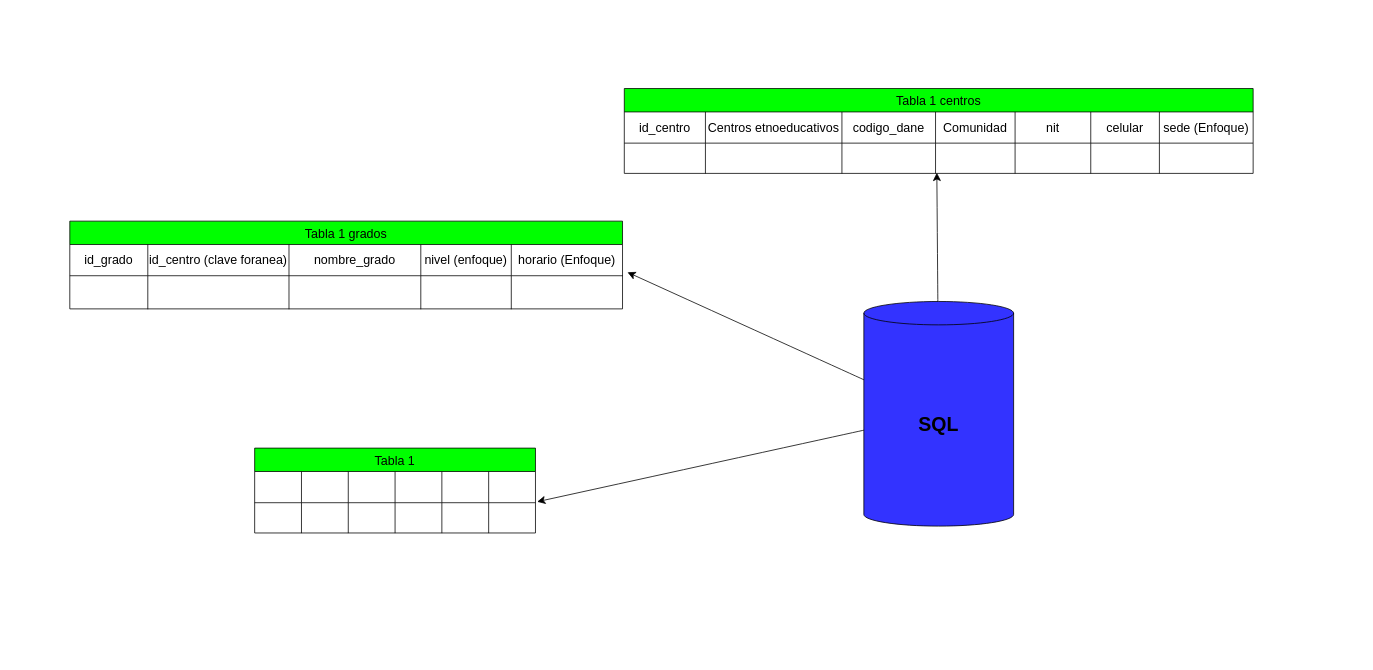
The draw.io diagram Diagrama sin título.drawio in Andreszxc2001/Sistema-Integral-de-Asistencias-SIA-, before the edit. Source tidied: cells renumbered, new cells numbered last; positions are measured from the earlier drawing's top-left corner, leaving out a move shared by most shapes. Both pictures are drawn from the tidied source at 78%, with x=0, y=0 at pixel (69, 88).
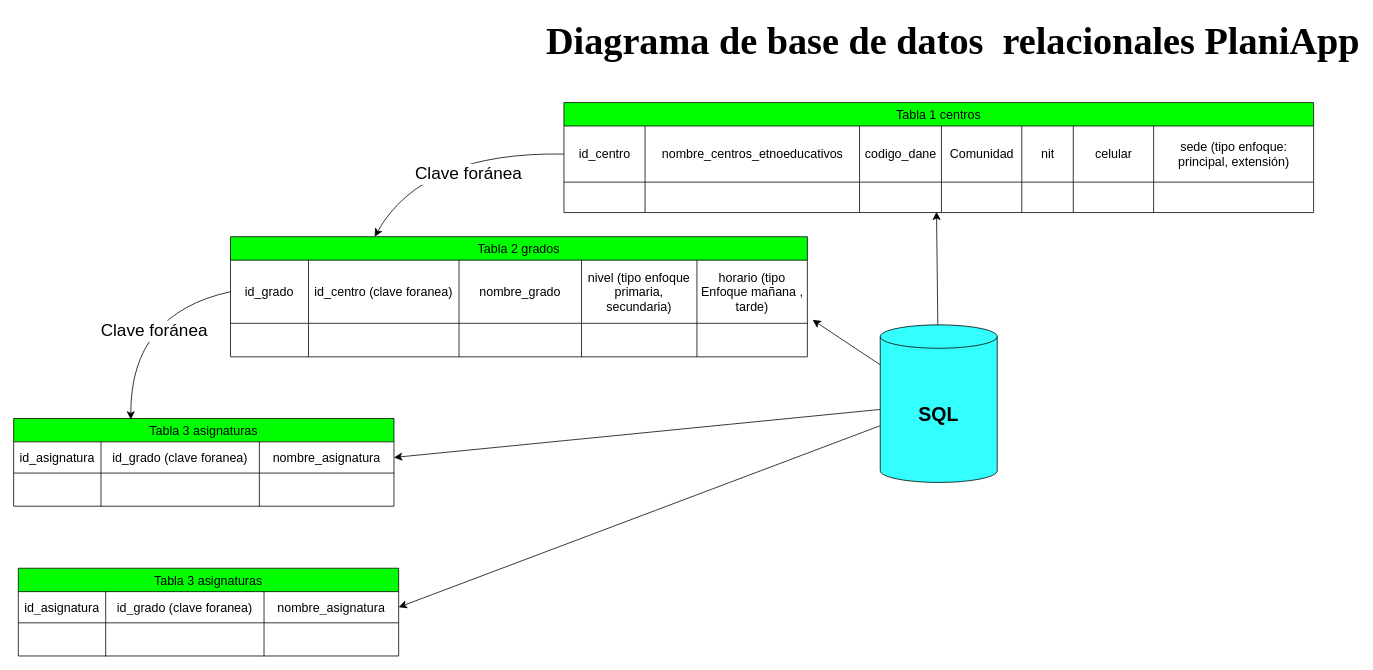
Above is the later version.

Change to the diagram source:
```diff
@@
+    <mxCell id="51" style="edgeStyle=none;curved=1;rounded=0;jettySize=auto;html=1;fontSize=12;startSize=8;endSize=8;entryX=1;entryY=0.5;entryDx=0;entryDy=0;" parent="1" edge="1" source="2" target="67">
+      <mxGeometry relative="1" as="geometry" />
+    </mxCell>
-    <mxCell id="2" value="&lt;font style=&quot;vertical-align: inherit; font-size: 25px;&quot;&gt;&lt;b&gt;SQL&lt;/b&gt;&lt;/font&gt;" style="shape=cylinder3;whiteSpace=wrap;html=1;boundedLbl=1;backgroundOutline=1;size=15;fillColor=#3333FF;" parent="1" vertex="1">
-      <mxGeometry x="1018" y="273" width="192" height="288" as="geometry" />
+    <mxCell id="2" value="&lt;font style=&quot;vertical-align: inherit; font-size: 25px;&quot;&gt;&lt;b&gt;SQL&lt;/b&gt;&lt;/font&gt;" style="shape=cylinder3;whiteSpace=wrap;html=1;boundedLbl=1;backgroundOutline=1;size=15;fillColor=#33FFFF;" parent="1" vertex="1">
+      <mxGeometry x="1039" y="303" width="150" height="202" as="geometry" />
     </mxCell>
     <mxCell id="3" value="Tabla 1 centros" style="shape=table;startSize=30;childLayout=tableLayout;strokeColor=#000000;fontSize=16;fillColor=#00FF00;" parent="1" vertex="1">
-      <mxGeometry x="710.9" width="806.2" height="108.8" as="geometry" />
+      <mxGeometry x="633.5" y="18" width="961.1" height="141" as="geometry" />
     </mxCell>
     <mxCell id="4" style="shape=tableRow;horizontal=0;startSize=0;swimlaneHead=0;swimlaneBody=0;strokeColor=inherit;top=0;left=0;bottom=0;right=0;fillColor=none;points=[[0,0.5],[1,0.5]];portConstraint=eastwest;fontSize=16;" parent="3" vertex="1">
-      <mxGeometry y="30" width="806.2" height="40" as="geometry" />
+      <mxGeometry y="30" width="961.1" height="72" as="geometry" />
     </mxCell>
     <mxCell id="5" value="id_centro" style="shape=partialRectangle;html=1;whiteSpace=wrap;strokeColor=inherit;overflow=hidden;fillColor=none;top=0;left=0;bottom=0;right=0;fontSize=16;" parent="4" vertex="1">
-      <mxGeometry width="104" height="40" as="geometry" />
+      <mxGeometry width="104" height="72" as="geometry" />
     </mxCell>
-    <mxCell id="6" value="Centros etnoeducativos" style="shape=partialRectangle;html=1;whiteSpace=wrap;strokeColor=inherit;overflow=hidden;fillColor=none;top=0;left=0;bottom=0;right=0;fontSize=16;" parent="4" vertex="1">
-      <mxGeometry x="104" width="175" height="40" as="geometry" />
+    <mxCell id="6" value="nombre_centros_etnoeducativos" style="shape=partialRectangle;html=1;whiteSpace=wrap;strokeColor=inherit;overflow=hidden;fillColor=none;top=0;left=0;bottom=0;right=0;fontSize=16;" parent="4" vertex="1">
+      <mxGeometry x="104" width="275" height="72" as="geometry" />
     </mxCell>
     <mxCell id="7" value="codigo_dane" style="shape=partialRectangle;html=1;whiteSpace=wrap;strokeColor=inherit;overflow=hidden;fillColor=none;top=0;left=0;bottom=0;right=0;fontSize=16;" parent="4" vertex="1">
-      <mxGeometry x="279" width="120" height="40" as="geometry" />
+      <mxGeometry x="379" width="105" height="72" as="geometry" />
     </mxCell>
     <mxCell id="8" value="Comunidad" style="shape=partialRectangle;html=1;whiteSpace=wrap;strokeColor=inherit;overflow=hidden;fillColor=none;top=0;left=0;bottom=0;right=0;fontSize=16;" parent="4" vertex="1">
-      <mxGeometry x="399" width="102" height="40" as="geometry" />
+      <mxGeometry x="484" width="103" height="72" as="geometry" />
     </mxCell>
     <mxCell id="9" value="nit" style="shape=partialRectangle;html=1;whiteSpace=wrap;strokeColor=inherit;overflow=hidden;fillColor=none;top=0;left=0;bottom=0;right=0;fontSize=16;" parent="4" vertex="1">
-      <mxGeometry x="501" width="97" height="40" as="geometry" />
+      <mxGeometry x="587" width="66" height="72" as="geometry" />
     </mxCell>
     <mxCell id="10" value="celular" style="shape=partialRectangle;html=1;whiteSpace=wrap;strokeColor=inherit;overflow=hidden;fillColor=none;top=0;left=0;bottom=0;right=0;fontSize=16;" parent="4" vertex="1">
-      <mxGeometry x="598" width="88" height="40" as="geometry" />
+      <mxGeometry x="653" width="103" height="72" as="geometry" />
     </mxCell>
-    <mxCell id="11" value="sede (Enfoque)" style="shape=partialRectangle;html=1;whiteSpace=wrap;strokeColor=inherit;overflow=hidden;fillColor=none;top=0;left=0;bottom=0;right=0;fontSize=16;" parent="4" vertex="1">
-      <mxGeometry x="686" width="120" height="40" as="geometry" />
+    <mxCell id="11" value="sede (tipo enfoque: principal, extensión)" style="shape=partialRectangle;html=1;whiteSpace=wrap;strokeColor=inherit;overflow=hidden;fillColor=none;top=0;left=0;bottom=0;right=0;fontSize=16;" parent="4" vertex="1">
+      <mxGeometry x="756" width="205" height="72" as="geometry" />
     </mxCell>
     <mxCell id="12" style="shape=tableRow;horizontal=0;startSize=0;swimlaneHead=0;swimlaneBody=0;strokeColor=inherit;top=0;left=0;bottom=0;right=0;fillColor=none;points=[[0,0.5],[1,0.5]];portConstraint=eastwest;fontSize=16;" parent="3" vertex="1">
-      <mxGeometry y="70" width="806.2" height="39" as="geometry" />
+      <mxGeometry y="102" width="961.1" height="39" as="geometry" />
     </mxCell>
@@
     <mxCell id="14" style="shape=partialRectangle;html=1;whiteSpace=wrap;strokeColor=inherit;overflow=hidden;fillColor=none;top=0;left=0;bottom=0;right=0;fontSize=16;" parent="12" vertex="1">
-      <mxGeometry x="104" width="175" height="39" as="geometry" />
+      <mxGeometry x="104" width="275" height="39" as="geometry" />
     </mxCell>
     <mxCell id="15" style="shape=partialRectangle;html=1;whiteSpace=wrap;strokeColor=inherit;overflow=hidden;fillColor=none;top=0;left=0;bottom=0;right=0;fontSize=16;" parent="12" vertex="1">
-      <mxGeometry x="279" width="120" height="39" as="geometry" />
+      <mxGeometry x="379" width="105" height="39" as="geometry" />
     </mxCell>
     <mxCell id="16" style="shape=partialRectangle;html=1;whiteSpace=wrap;strokeColor=inherit;overflow=hidden;fillColor=none;top=0;left=0;bottom=0;right=0;fontSize=16;" parent="12" vertex="1">
-      <mxGeometry x="399" width="102" height="39" as="geometry" />
+      <mxGeometry x="484" width="103" height="39" as="geometry" />
     </mxCell>
     <mxCell id="17" style="shape=partialRectangle;html=1;whiteSpace=wrap;strokeColor=inherit;overflow=hidden;fillColor=none;top=0;left=0;bottom=0;right=0;fontSize=16;" parent="12" vertex="1">
-      <mxGeometry x="501" width="97" height="39" as="geometry" />
+      <mxGeometry x="587" width="66" height="39" as="geometry" />
     </mxCell>
     <mxCell id="18" style="shape=partialRectangle;html=1;whiteSpace=wrap;strokeColor=inherit;overflow=hidden;fillColor=none;top=0;left=0;bottom=0;right=0;fontSize=16;" parent="12" vertex="1">
-      <mxGeometry x="598" width="88" height="39" as="geometry" />
+      <mxGeometry x="653" width="103" height="39" as="geometry" />
     </mxCell>
     <mxCell id="19" style="shape=partialRectangle;html=1;whiteSpace=wrap;strokeColor=inherit;overflow=hidden;fillColor=none;top=0;left=0;bottom=0;right=0;fontSize=16;" parent="12" vertex="1">
-      <mxGeometry x="686" width="120" height="39" as="geometry" />
+      <mxGeometry x="756" width="205" height="39" as="geometry" />
     </mxCell>
@@
-    <mxCell id="21" value="Tabla 1 grados" style="shape=table;startSize=30;childLayout=tableLayout;strokeColor=#000000;fontSize=16;fillColor=#00FF00;" parent="1" vertex="1">
-      <mxGeometry y="170" width="708.6" height="112.5" as="geometry" />
+    <mxCell id="21" value="Tabla 2 grados" style="shape=table;startSize=30;childLayout=tableLayout;strokeColor=#000000;fontSize=16;fillColor=#00FF00;" parent="1" vertex="1">
+      <mxGeometry x="206" y="190" width="739.6" height="154" as="geometry" />
     </mxCell>
     <mxCell id="22" style="shape=tableRow;horizontal=0;startSize=0;swimlaneHead=0;swimlaneBody=0;strokeColor=inherit;top=0;left=0;bottom=0;right=0;fillColor=none;points=[[0,0.5],[1,0.5]];portConstraint=eastwest;fontSize=16;" parent="21" vertex="1">
-      <mxGeometry y="30" width="708.6" height="40" as="geometry" />
+      <mxGeometry y="30" width="739.6" height="81" as="geometry" />
     </mxCell>
     <mxCell id="23" value="id_grado" style="shape=partialRectangle;html=1;whiteSpace=wrap;strokeColor=inherit;overflow=hidden;fillColor=none;top=0;left=0;bottom=0;right=0;fontSize=16;" parent="22" vertex="1">
-      <mxGeometry width="100" height="40" as="geometry" />
+      <mxGeometry width="100" height="81" as="geometry" />
     </mxCell>
     <mxCell id="24" value="id_centro (clave foranea)" style="shape=partialRectangle;html=1;whiteSpace=wrap;strokeColor=inherit;overflow=hidden;fillColor=none;top=0;left=0;bottom=0;right=0;fontSize=16;" parent="22" vertex="1">
-      <mxGeometry x="100" width="181" height="40" as="geometry" />
+      <mxGeometry x="100" width="193" height="81" as="geometry" />
     </mxCell>
     <mxCell id="25" value="nombre_grado" style="shape=partialRectangle;html=1;whiteSpace=wrap;strokeColor=inherit;overflow=hidden;fillColor=none;top=0;left=0;bottom=0;right=0;fontSize=16;" parent="22" vertex="1">
-      <mxGeometry x="281" width="169" height="40" as="geometry" />
+      <mxGeometry x="293" width="157" height="81" as="geometry" />
     </mxCell>
-    <mxCell id="26" value="nivel (enfoque)" style="shape=partialRectangle;html=1;whiteSpace=wrap;strokeColor=inherit;overflow=hidden;fillColor=none;top=0;left=0;bottom=0;right=0;fontSize=16;" parent="22" vertex="1">
-      <mxGeometry x="450" width="116" height="40" as="geometry" />
+    <mxCell id="26" value="nivel (tipo enfoque primaria, secundaria)" style="shape=partialRectangle;html=1;whiteSpace=wrap;strokeColor=inherit;overflow=hidden;fillColor=none;top=0;left=0;bottom=0;right=0;fontSize=16;" parent="22" vertex="1">
+      <mxGeometry x="450" width="148" height="81" as="geometry" />
     </mxCell>
-    <mxCell id="27" value="horario (Enfoque)" style="shape=partialRectangle;html=1;whiteSpace=wrap;strokeColor=inherit;overflow=hidden;fillColor=none;top=0;left=0;bottom=0;right=0;fontSize=16;" parent="22" vertex="1">
-      <mxGeometry x="566" width="143" height="40" as="geometry" />
+    <mxCell id="27" value="horario (tipo Enfoque mañana , tarde)" style="shape=partialRectangle;html=1;whiteSpace=wrap;strokeColor=inherit;overflow=hidden;fillColor=none;top=0;left=0;bottom=0;right=0;fontSize=16;" parent="22" vertex="1">
+      <mxGeometry x="598" width="142" height="81" as="geometry" />
     </mxCell>
     <mxCell id="28" style="shape=tableRow;horizontal=0;startSize=0;swimlaneHead=0;swimlaneBody=0;strokeColor=inherit;top=0;left=0;bottom=0;right=0;fillColor=none;points=[[0,0.5],[1,0.5]];portConstraint=eastwest;fontSize=16;" parent="21" vertex="1">
-      <mxGeometry y="70" width="708.6" height="43" as="geometry" />
+      <mxGeometry y="111" width="739.6" height="43" as="geometry" />
     </mxCell>
@@
     <mxCell id="30" style="shape=partialRectangle;html=1;whiteSpace=wrap;strokeColor=inherit;overflow=hidden;fillColor=none;top=0;left=0;bottom=0;right=0;fontSize=16;" parent="28" vertex="1">
-      <mxGeometry x="100" width="181" height="43" as="geometry" />
+      <mxGeometry x="100" width="193" height="43" as="geometry" />
     </mxCell>
     <mxCell id="31" style="shape=partialRectangle;html=1;whiteSpace=wrap;strokeColor=inherit;overflow=hidden;fillColor=none;top=0;left=0;bottom=0;right=0;fontSize=16;" parent="28" vertex="1">
-      <mxGeometry x="281" width="169" height="43" as="geometry" />
+      <mxGeometry x="293" width="157" height="43" as="geometry" />
     </mxCell>
     <mxCell id="32" style="shape=partialRectangle;html=1;whiteSpace=wrap;strokeColor=inherit;overflow=hidden;fillColor=none;top=0;left=0;bottom=0;right=0;fontSize=16;" parent="28" vertex="1">
-      <mxGeometry x="450" width="116" height="43" as="geometry" />
+      <mxGeometry x="450" width="148" height="43" as="geometry" />
     </mxCell>
     <mxCell id="33" style="shape=partialRectangle;html=1;whiteSpace=wrap;strokeColor=inherit;overflow=hidden;fillColor=none;top=0;left=0;bottom=0;right=0;fontSize=16;" parent="28" vertex="1">
-      <mxGeometry x="566" width="143" height="43" as="geometry" />
+      <mxGeometry x="598" width="142" height="43" as="geometry" />
     </mxCell>
-    <mxCell id="34" value="Tabla 1" style="shape=table;startSize=30;childLayout=tableLayout;strokeColor=#000000;fontSize=16;fillColor=#00FF00;" parent="1" vertex="1">
-      <mxGeometry x="237" y="461" width="360" height="108.8" as="geometry" />
-    </mxCell>
-    <mxCell id="35" style="shape=tableRow;horizontal=0;startSize=0;swimlaneHead=0;swimlaneBody=0;strokeColor=inherit;top=0;left=0;bottom=0;right=0;fillColor=none;fontSize=16;" parent="34" vertex="1">
-      <mxGeometry y="30" width="360" height="40" as="geometry" />
-    </mxCell>
-    <mxCell id="36" style="shape=partialRectangle;html=1;whiteSpace=wrap;strokeColor=inherit;overflow=hidden;fillColor=none;top=0;left=0;bottom=0;right=0;fontSize=16;" parent="35" vertex="1">
-      <mxGeometry width="60" height="40" as="geometry" />
-    </mxCell>
-    <mxCell id="37" style="shape=partialRectangle;html=1;whiteSpace=wrap;strokeColor=inherit;overflow=hidden;fillColor=none;top=0;left=0;bottom=0;right=0;fontSize=16;" parent="35" vertex="1">
-      <mxGeometry x="60" width="60" height="40" as="geometry" />
-    </mxCell>
-    <mxCell id="38" style="shape=partialRectangle;html=1;whiteSpace=wrap;strokeColor=inherit;overflow=hidden;fillColor=none;top=0;left=0;bottom=0;right=0;fontSize=16;" parent="35" vertex="1">
-      <mxGeometry x="120" width="60" height="40" as="geometry" />
-    </mxCell>
-    <mxCell id="39" style="shape=partialRectangle;html=1;whiteSpace=wrap;strokeColor=inherit;overflow=hidden;fillColor=none;top=0;left=0;bottom=0;right=0;fontSize=16;" parent="35" vertex="1">
-      <mxGeometry x="180" width="60" height="40" as="geometry" />
-    </mxCell>
-    <mxCell id="40" style="shape=partialRectangle;html=1;whiteSpace=wrap;strokeColor=inherit;overflow=hidden;fillColor=none;top=0;left=0;bottom=0;right=0;fontSize=16;" parent="35" vertex="1">
-      <mxGeometry x="240" width="60" height="40" as="geometry" />
-    </mxCell>
-    <mxCell id="41" style="shape=partialRectangle;html=1;whiteSpace=wrap;strokeColor=inherit;overflow=hidden;fillColor=none;top=0;left=0;bottom=0;right=0;fontSize=16;" parent="35" vertex="1">
-      <mxGeometry x="300" width="60" height="40" as="geometry" />
-    </mxCell>
-    <mxCell id="42" style="shape=tableRow;horizontal=0;startSize=0;swimlaneHead=0;swimlaneBody=0;strokeColor=inherit;top=0;left=0;bottom=0;right=0;fillColor=none;points=[[0,0.5],[1,0.5]];portConstraint=eastwest;fontSize=16;" parent="34" vertex="1">
-      <mxGeometry y="70" width="360" height="39" as="geometry" />
-    </mxCell>
-    <mxCell id="43" style="shape=partialRectangle;html=1;whiteSpace=wrap;strokeColor=inherit;overflow=hidden;fillColor=none;top=0;left=0;bottom=0;right=0;fontSize=16;" parent="42" vertex="1">
-      <mxGeometry width="60" height="39" as="geometry" />
-    </mxCell>
-    <mxCell id="44" style="shape=partialRectangle;html=1;whiteSpace=wrap;strokeColor=inherit;overflow=hidden;fillColor=none;top=0;left=0;bottom=0;right=0;fontSize=16;" parent="42" vertex="1">
-      <mxGeometry x="60" width="60" height="39" as="geometry" />
-    </mxCell>
-    <mxCell id="45" style="shape=partialRectangle;html=1;whiteSpace=wrap;strokeColor=inherit;overflow=hidden;fillColor=none;top=0;left=0;bottom=0;right=0;fontSize=16;" parent="42" vertex="1">
-      <mxGeometry x="120" width="60" height="39" as="geometry" />
-    </mxCell>
-    <mxCell id="46" style="shape=partialRectangle;html=1;whiteSpace=wrap;strokeColor=inherit;overflow=hidden;fillColor=none;top=0;left=0;bottom=0;right=0;fontSize=16;" parent="42" vertex="1">
-      <mxGeometry x="180" width="60" height="39" as="geometry" />
-    </mxCell>
-    <mxCell id="47" style="shape=partialRectangle;html=1;whiteSpace=wrap;strokeColor=inherit;overflow=hidden;fillColor=none;top=0;left=0;bottom=0;right=0;fontSize=16;" parent="42" vertex="1">
-      <mxGeometry x="240" width="60" height="39" as="geometry" />
-    </mxCell>
-    <mxCell id="48" style="shape=partialRectangle;html=1;whiteSpace=wrap;strokeColor=inherit;overflow=hidden;fillColor=none;top=0;left=0;bottom=0;right=0;fontSize=16;" parent="42" vertex="1">
-      <mxGeometry x="300" width="60" height="39" as="geometry" />
-    </mxCell>
@@
-    <mxCell id="50" style="edgeStyle=none;curved=1;rounded=0;jettySize=auto;html=1;entryX=1.006;entryY=-0.032;entryDx=0;entryDy=0;entryPerimeter=0;fontSize=12;startSize=8;endSize=8;" parent="1" edge="1" source="2" target="42">
+    <mxCell id="50" style="edgeStyle=none;curved=1;rounded=0;jettySize=auto;html=1;entryX=1;entryY=0.5;entryDx=0;entryDy=0;fontSize=12;startSize=8;endSize=8;" parent="1" edge="1" source="2" target="54">
       <mxGeometry relative="1" as="geometry" />
     </mxCell>
+    <mxCell id="52" value="&lt;font face=&quot;Times New Roman&quot; style=&quot;font-size: 49px;&quot;&gt;Diagrama de base de datos&amp;nbsp; relacionales PlaniApp&lt;/font&gt;" style="text;html=1;align=center;verticalAlign=middle;strokeColor=none;fillColor=none;fontSize=16;strokeWidth=15;fontStyle=1;" parent="1" vertex="1">
+      <mxGeometry x="632" y="-96" width="999" height="71" as="geometry" />
+    </mxCell>
+    <mxCell id="53" value="Tabla 3 asignaturas" style="shape=table;startSize=30;childLayout=tableLayout;strokeColor=#000000;fontSize=16;fillColor=#00FF00;" parent="1" vertex="1">
+      <mxGeometry x="-72" y="423" width="487.6" height="112.5" as="geometry" />
+    </mxCell>
+    <mxCell id="54" style="shape=tableRow;horizontal=0;startSize=0;swimlaneHead=0;swimlaneBody=0;strokeColor=inherit;top=0;left=0;bottom=0;right=0;fillColor=none;points=[[0,0.5],[1,0.5]];portConstraint=eastwest;fontSize=16;" parent="53" vertex="1">
+      <mxGeometry y="30" width="487.6" height="40" as="geometry" />
+    </mxCell>
+    <mxCell id="55" value="id_asignatura" style="shape=partialRectangle;html=1;whiteSpace=wrap;strokeColor=inherit;overflow=hidden;fillColor=none;top=0;left=0;bottom=0;right=0;fontSize=16;" parent="54" vertex="1">
+      <mxGeometry width="112" height="40" as="geometry" />
+    </mxCell>
+    <mxCell id="56" value="id_grado (clave foranea)" style="shape=partialRectangle;html=1;whiteSpace=wrap;strokeColor=inherit;overflow=hidden;fillColor=none;top=0;left=0;bottom=0;right=0;fontSize=16;" parent="54" vertex="1">
+      <mxGeometry x="112" width="203" height="40" as="geometry" />
+    </mxCell>
+    <mxCell id="57" value="nombre_asignatura" style="shape=partialRectangle;html=1;whiteSpace=wrap;strokeColor=inherit;overflow=hidden;fillColor=none;top=0;left=0;bottom=0;right=0;fontSize=16;" parent="54" vertex="1">
+      <mxGeometry x="315" width="173" height="40" as="geometry" />
+    </mxCell>
+    <mxCell id="58" style="shape=tableRow;horizontal=0;startSize=0;swimlaneHead=0;swimlaneBody=0;strokeColor=inherit;top=0;left=0;bottom=0;right=0;fillColor=none;fontSize=16;" parent="53" vertex="1">
+      <mxGeometry y="70" width="487.6" height="43" as="geometry" />
+    </mxCell>
+    <mxCell id="59" style="shape=partialRectangle;html=1;whiteSpace=wrap;strokeColor=inherit;overflow=hidden;fillColor=none;top=0;left=0;bottom=0;right=0;fontSize=16;" parent="58" vertex="1">
+      <mxGeometry width="112" height="43" as="geometry" />
+    </mxCell>
+    <mxCell id="60" style="shape=partialRectangle;html=1;whiteSpace=wrap;strokeColor=inherit;overflow=hidden;fillColor=none;top=0;left=0;bottom=0;right=0;fontSize=16;" parent="58" vertex="1">
+      <mxGeometry x="112" width="203" height="43" as="geometry" />
+    </mxCell>
+    <mxCell id="61" style="shape=partialRectangle;html=1;whiteSpace=wrap;strokeColor=inherit;overflow=hidden;fillColor=none;top=0;left=0;bottom=0;right=0;fontSize=16;" parent="58" vertex="1">
+      <mxGeometry x="315" width="173" height="43" as="geometry" />
+    </mxCell>
+    <mxCell id="62" style="edgeStyle=none;curved=1;rounded=0;jettySize=auto;html=1;fontSize=12;startSize=8;endSize=8;exitX=0;exitY=0.5;exitDx=0;exitDy=0;entryX=0.25;entryY=0;entryDx=0;entryDy=0;" parent="1" edge="1" source="4" target="21">
+      <mxGeometry relative="1" as="geometry">
+        <Array as="points">
+          <mxPoint x="452" y="81" />
+        </Array>
+      </mxGeometry>
+    </mxCell>
+    <mxCell id="63" value="&lt;font style=&quot;font-size: 22px;&quot;&gt;Clave foránea&lt;/font&gt;" style="edgeLabel;html=1;align=center;verticalAlign=middle;fontSize=12;" parent="62" vertex="1">
+      <mxGeometry x="-0.2" y="28" relative="1" as="geometry" />
+    </mxCell>
+    <mxCell id="64" style="edgeStyle=none;curved=1;rounded=0;jettySize=auto;html=1;fontSize=12;startSize=8;endSize=8;exitX=0;exitY=0.5;exitDx=0;exitDy=0;entryX=0.308;entryY=0.012;entryDx=0;entryDy=0;entryPerimeter=0;" parent="1" edge="1" source="22" target="53">
+      <mxGeometry relative="1" as="geometry">
+        <Array as="points">
+          <mxPoint x="78" y="288" />
+        </Array>
+      </mxGeometry>
+    </mxCell>
+    <mxCell id="65" value="&lt;font style=&quot;font-size: 22px;&quot;&gt;Clave foránea&lt;/font&gt;" style="edgeLabel;html=1;align=center;verticalAlign=middle;fontSize=12;" parent="64" vertex="1">
+      <mxGeometry x="-0.2" y="28" relative="1" as="geometry" />
+    </mxCell>
+    <mxCell id="66" value="Tabla 3 asignaturas" style="shape=table;startSize=30;childLayout=tableLayout;strokeColor=#000000;fontSize=16;fillColor=#00FF00;" parent="1" vertex="1">
+      <mxGeometry x="-66" y="615" width="487.6" height="112.5" as="geometry" />
+    </mxCell>
+    <mxCell id="67" style="shape=tableRow;horizontal=0;startSize=0;swimlaneHead=0;swimlaneBody=0;strokeColor=inherit;top=0;left=0;bottom=0;right=0;fillColor=none;points=[[0,0.5],[1,0.5]];portConstraint=eastwest;fontSize=16;" parent="66" vertex="1">
+      <mxGeometry y="30" width="487.6" height="40" as="geometry" />
+    </mxCell>
+    <mxCell id="68" value="id_asignatura" style="shape=partialRectangle;html=1;whiteSpace=wrap;strokeColor=inherit;overflow=hidden;fillColor=none;top=0;left=0;bottom=0;right=0;fontSize=16;" parent="67" vertex="1">
+      <mxGeometry width="112" height="40" as="geometry" />
+    </mxCell>
+    <mxCell id="69" value="id_grado (clave foranea)" style="shape=partialRectangle;html=1;whiteSpace=wrap;strokeColor=inherit;overflow=hidden;fillColor=none;top=0;left=0;bottom=0;right=0;fontSize=16;" parent="67" vertex="1">
+      <mxGeometry x="112" width="203" height="40" as="geometry" />
+    </mxCell>
+    <mxCell id="70" value="nombre_asignatura" style="shape=partialRectangle;html=1;whiteSpace=wrap;strokeColor=inherit;overflow=hidden;fillColor=none;top=0;left=0;bottom=0;right=0;fontSize=16;" parent="67" vertex="1">
+      <mxGeometry x="315" width="173" height="40" as="geometry" />
+    </mxCell>
+    <mxCell id="71" style="shape=tableRow;horizontal=0;startSize=0;swimlaneHead=0;swimlaneBody=0;strokeColor=inherit;top=0;left=0;bottom=0;right=0;fillColor=none;fontSize=16;" parent="66" vertex="1">
+      <mxGeometry y="70" width="487.6" height="43" as="geometry" />
+    </mxCell>
+    <mxCell id="72" style="shape=partialRectangle;html=1;whiteSpace=wrap;strokeColor=inherit;overflow=hidden;fillColor=none;top=0;left=0;bottom=0;right=0;fontSize=16;" parent="71" vertex="1">
+      <mxGeometry width="112" height="43" as="geometry" />
+    </mxCell>
+    <mxCell id="73" style="shape=partialRectangle;html=1;whiteSpace=wrap;strokeColor=inherit;overflow=hidden;fillColor=none;top=0;left=0;bottom=0;right=0;fontSize=16;" parent="71" vertex="1">
+      <mxGeometry x="112" width="203" height="43" as="geometry" />
+    </mxCell>
+    <mxCell id="74" style="shape=partialRectangle;html=1;whiteSpace=wrap;strokeColor=inherit;overflow=hidden;fillColor=none;top=0;left=0;bottom=0;right=0;fontSize=16;" parent="71" vertex="1">
+      <mxGeometry x="315" width="173" height="43" as="geometry" />
+    </mxCell>
```
